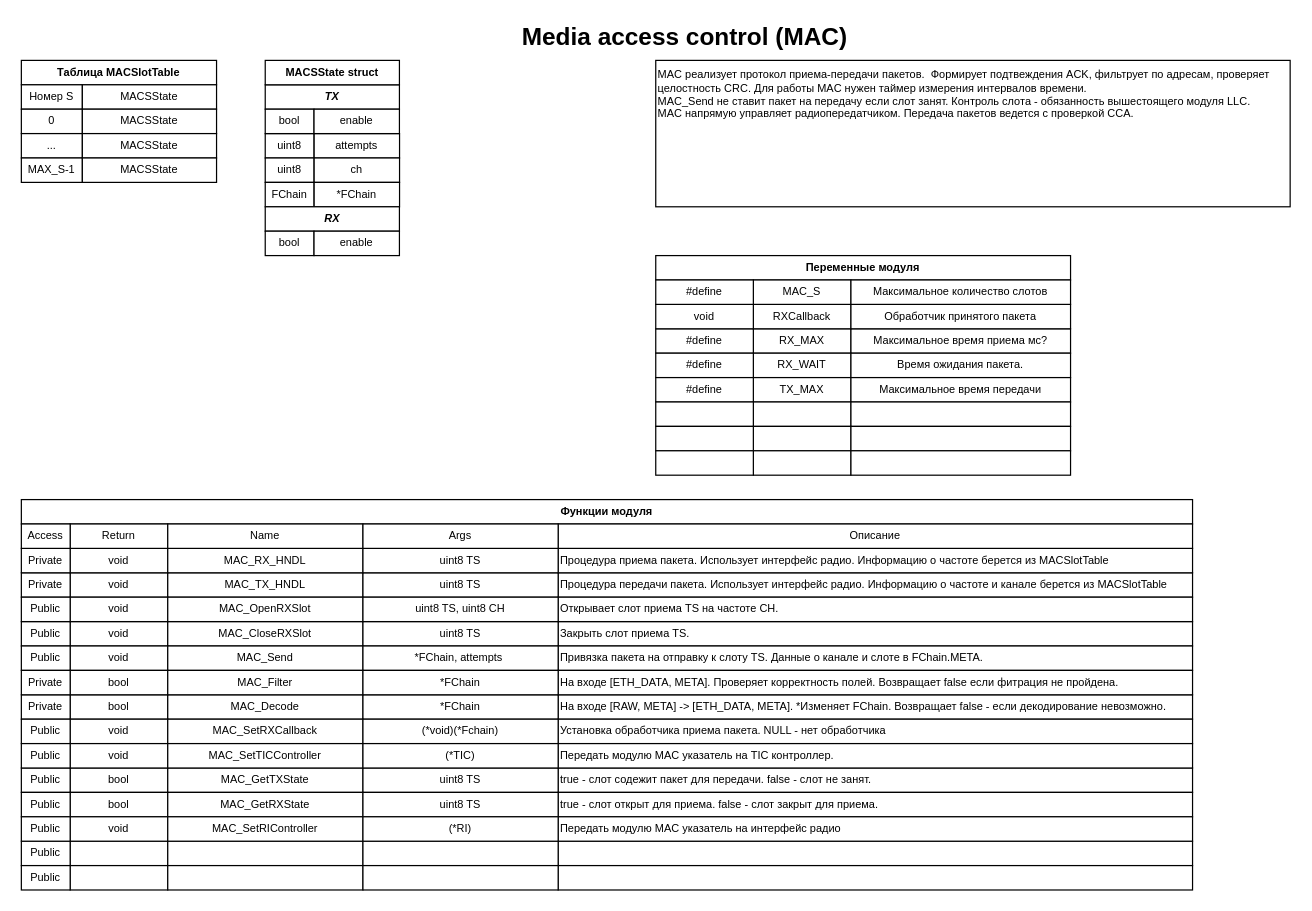
Earlier version of the draw.io diagram page "MAC" (4 of 11) of documentation/programm modules/modulse struct.drawio (saurex83/WMNU). Source tidied: cells renumbered, new cells numbered last; positions are measured from the earlier drawing's top-left corner, leaving out a move shared by most shapes. Both pictures are drawn from the tidied source at 122%, with x=0, y=0 at pixel (21, 23).
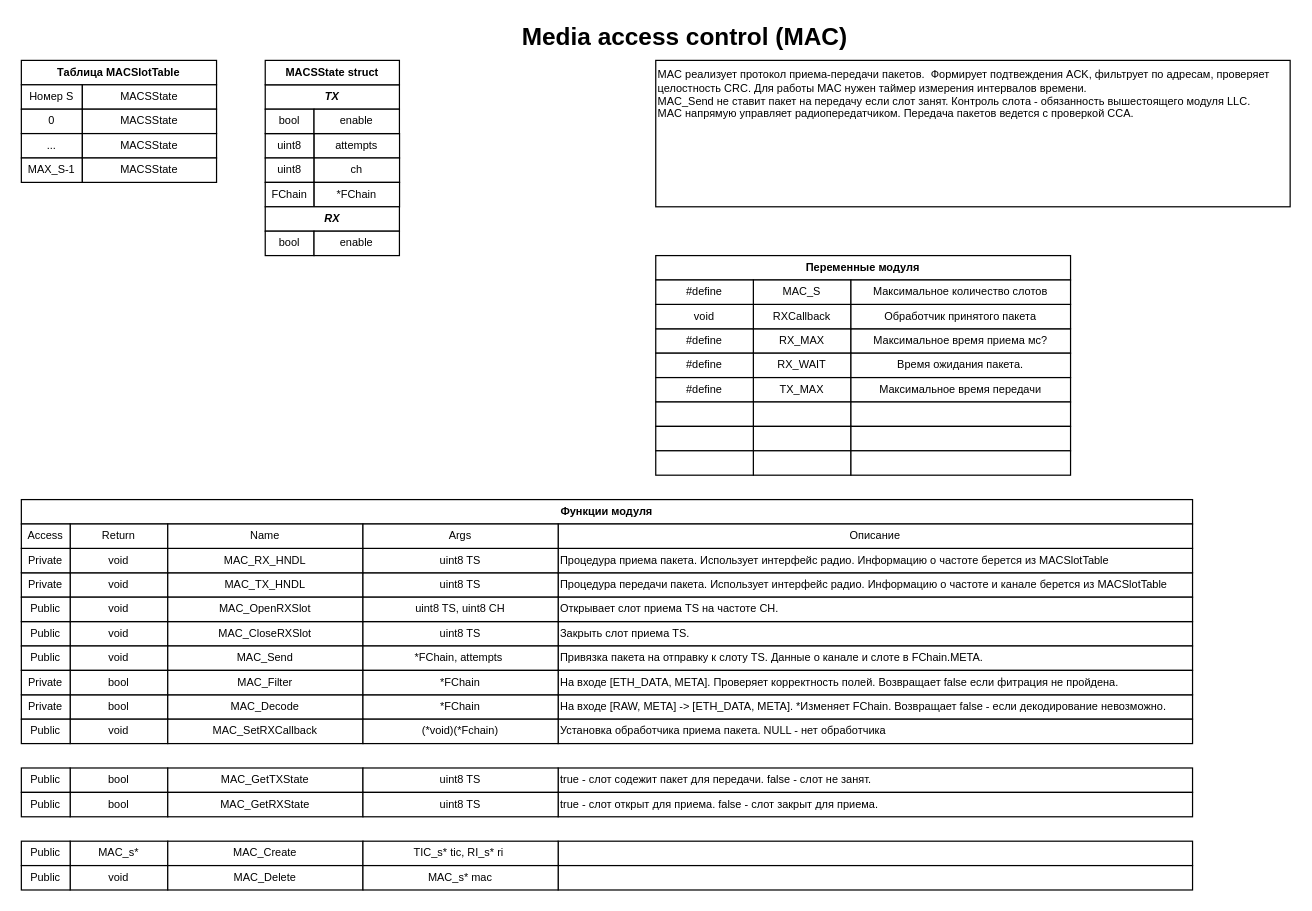
The same diagram, later.

The change refers to these unchanged cells:
```xml
<mxCell id="137" style="group;" parent="1" vertex="1">
  <mxGeometry y="670" width="960" height="20" as="geometry" />
</mxCell>
<mxCell id="150" style="group;" parent="149" vertex="1">
  <mxGeometry width="960" height="20" as="geometry" />
</mxCell>
```

Change to the diagram source:
```diff
@@
-    <mxCell id="124" style="group;" parent="1" vertex="1">
-      <mxGeometry y="590" width="960" height="20" as="geometry" />
-    </mxCell>
-    <mxCell id="125" value="void" style="rounded=0;whiteSpace=wrap;html=1;fontSize=9;" parent="124" vertex="1">
-      <mxGeometry x="40" width="80" height="20" as="geometry" />
-    </mxCell>
-    <mxCell id="126" value="MAC_SetTICController" style="rounded=0;whiteSpace=wrap;html=1;fontSize=9;" parent="124" vertex="1">
-      <mxGeometry x="120" width="160" height="20" as="geometry" />
-    </mxCell>
-    <mxCell id="127" value="Передать модулю MAC указатель на TIC контроллер." style="rounded=0;whiteSpace=wrap;html=1;fontSize=9;align=left;" parent="124" vertex="1">
-      <mxGeometry x="440" width="520" height="20" as="geometry" />
-    </mxCell>
-    <mxCell id="128" value="(*TIC)" style="rounded=0;whiteSpace=wrap;html=1;fontSize=9;" parent="124" vertex="1">
-      <mxGeometry x="280" width="160" height="20" as="geometry" />
-    </mxCell>
-    <mxCell id="129" value="Public" style="rounded=0;whiteSpace=wrap;html=1;fontSize=9;" parent="124" vertex="1">
-      <mxGeometry width="40" height="20" as="geometry" />
-    </mxCell>
@@
-    <mxCell id="138" style="rounded=0;whiteSpace=wrap;html=1;fontSize=9;" parent="137" vertex="1">
+    <mxCell id="138" value="MAC_s*" style="rounded=0;whiteSpace=wrap;html=1;fontSize=9;" parent="137" vertex="1">
       <mxGeometry x="40" width="80" height="20" as="geometry" />
     </mxCell>
-    <mxCell id="139" style="rounded=0;whiteSpace=wrap;html=1;fontSize=9;" parent="137" vertex="1">
+    <mxCell id="139" value="MAC_Create" style="rounded=0;whiteSpace=wrap;html=1;fontSize=9;" parent="137" vertex="1">
       <mxGeometry x="120" width="160" height="20" as="geometry" />
     </mxCell>
@@
-    <mxCell id="141" style="rounded=0;whiteSpace=wrap;html=1;fontSize=9;" parent="137" vertex="1">
+    <mxCell id="141" value="&lt;span style=&quot;white-space: normal&quot;&gt;TIC_s* tic, RI_s* ri&amp;nbsp;&lt;/span&gt;" style="rounded=0;whiteSpace=wrap;html=1;fontSize=9;" parent="137" vertex="1">
       <mxGeometry x="280" width="160" height="20" as="geometry" />
     </mxCell>
@@
-    <mxCell id="143" style="group;" parent="1" vertex="1">
-      <mxGeometry y="650" width="960" height="20" as="geometry" />
-    </mxCell>
-    <mxCell id="144" value="void" style="rounded=0;whiteSpace=wrap;html=1;fontSize=9;" parent="143" vertex="1">
-      <mxGeometry x="40" width="80" height="20" as="geometry" />
-    </mxCell>
-    <mxCell id="145" value="&lt;span style=&quot;white-space: normal&quot;&gt;MAC_SetRIController&lt;/span&gt;" style="rounded=0;whiteSpace=wrap;html=1;fontSize=9;" parent="143" vertex="1">
-      <mxGeometry x="120" width="160" height="20" as="geometry" />
-    </mxCell>
-    <mxCell id="146" value="&lt;span style=&quot;white-space: normal&quot;&gt;Передать модулю MAC указатель на интерфейс радио&lt;/span&gt;" style="rounded=0;whiteSpace=wrap;html=1;fontSize=9;align=left;" parent="143" vertex="1">
-      <mxGeometry x="440" width="520" height="20" as="geometry" />
-    </mxCell>
-    <mxCell id="147" value="(*RI)" style="rounded=0;whiteSpace=wrap;html=1;fontSize=9;" parent="143" vertex="1">
-      <mxGeometry x="280" width="160" height="20" as="geometry" />
-    </mxCell>
-    <mxCell id="148" value="Public" style="rounded=0;whiteSpace=wrap;html=1;fontSize=9;" parent="143" vertex="1">
-      <mxGeometry width="40" height="20" as="geometry" />
-    </mxCell>
@@
-    <mxCell id="151" style="rounded=0;whiteSpace=wrap;html=1;fontSize=9;" parent="150" vertex="1">
+    <mxCell id="151" value="void" style="rounded=0;whiteSpace=wrap;html=1;fontSize=9;" parent="150" vertex="1">
       <mxGeometry x="40" width="80" height="20" as="geometry" />
     </mxCell>
-    <mxCell id="152" style="rounded=0;whiteSpace=wrap;html=1;fontSize=9;" parent="150" vertex="1">
+    <mxCell id="152" value="&lt;span style=&quot;white-space: normal&quot;&gt;MAC_Delete&lt;/span&gt;" style="rounded=0;whiteSpace=wrap;html=1;fontSize=9;" parent="150" vertex="1">
       <mxGeometry x="120" width="160" height="20" as="geometry" />
     </mxCell>
@@
-    <mxCell id="154" style="rounded=0;whiteSpace=wrap;html=1;fontSize=9;" parent="150" vertex="1">
+    <mxCell id="154" value="MAC_s* mac" style="rounded=0;whiteSpace=wrap;html=1;fontSize=9;" parent="150" vertex="1">
       <mxGeometry x="280" width="160" height="20" as="geometry" />
     </mxCell>
```
